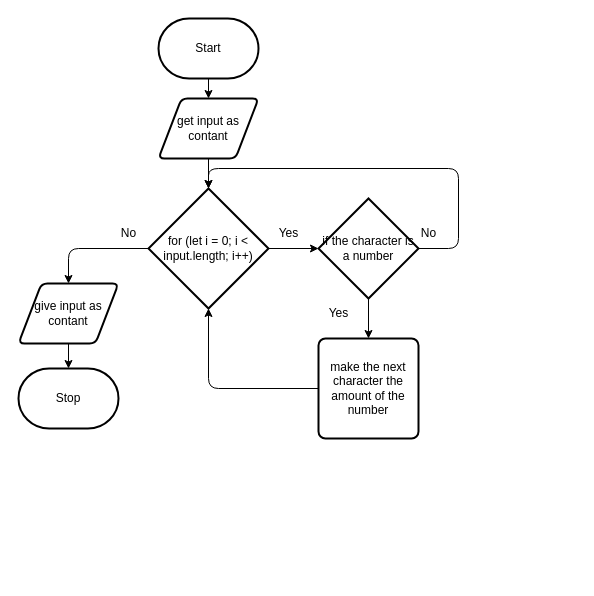
Evgeny-Vovk/ICS4U-Assignment2 keeps this draw.io diagram as design/flowchart.drawio. Above is the earlier version. Source tidied: cells renumbered, new cells numbered last; positions are measured from the earlier drawing's top-left corner, leaving out a move shared by most shapes. Both pictures are drawn from the tidied source at 100%, with x=0, y=0 at pixel (18, 18).
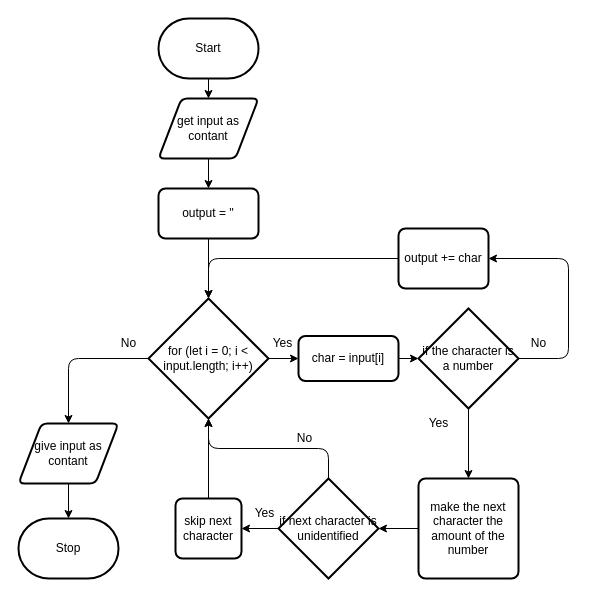
The same page after the edit.

The change refers to these unchanged cells:
```xml
<mxCell id="6" value="get input as contant" style="shape=parallelogram;html=1;strokeWidth=2;perimeter=parallelogramPerimeter;whiteSpace=wrap;rounded=1;arcSize=12;size=0.23;" parent="1" vertex="1">
  <mxGeometry x="140" y="80" width="100" height="60" as="geometry" />
</mxCell>
```

The edit, as a diff of the source:
```diff
@@
     <mxCell id="4" value="Stop" style="strokeWidth=2;html=1;shape=mxgraph.flowchart.terminator;whiteSpace=wrap;" parent="1" vertex="1">
-      <mxGeometry y="350" width="100" height="60" as="geometry" />
+      <mxGeometry y="500" width="100" height="60" as="geometry" />
     </mxCell>
-    <mxCell id="5" style="edgeStyle=none;html=1;exitX=0.5;exitY=1;exitDx=0;exitDy=0;entryX=0.5;entryY=0;entryDx=0;entryDy=0;entryPerimeter=0;" parent="1" edge="1" source="6" target="9">
-      <mxGeometry relative="1" as="geometry" />
-    </mxCell>
+    <mxCell id="21" style="edgeStyle=none;html=1;exitX=0.5;exitY=1;exitDx=0;exitDy=0;entryX=0.5;entryY=0;entryDx=0;entryDy=0;" parent="1" edge="1" source="6" target="26">
+      <mxGeometry relative="1" as="geometry" />
+    </mxCell>
@@
-    <mxCell id="7" style="edgeStyle=none;html=1;exitX=1;exitY=0.5;exitDx=0;exitDy=0;exitPerimeter=0;entryX=0;entryY=0.5;entryDx=0;entryDy=0;entryPerimeter=0;" parent="1" edge="1" source="9" target="12">
-      <mxGeometry relative="1" as="geometry" />
-    </mxCell>
     <mxCell id="8" style="edgeStyle=none;html=1;exitX=0;exitY=0.5;exitDx=0;exitDy=0;exitPerimeter=0;entryX=0.5;entryY=0;entryDx=0;entryDy=0;" parent="1" edge="1" source="9" target="20">
       <mxGeometry relative="1" as="geometry">
         <Array as="points">
-          <mxPoint x="50" y="230" />
+          <mxPoint x="50" y="340" />
         </Array>
       </mxGeometry>
     </mxCell>
+    <mxCell id="22" style="edgeStyle=none;html=1;exitX=1;exitY=0.5;exitDx=0;exitDy=0;exitPerimeter=0;entryX=0;entryY=0.5;entryDx=0;entryDy=0;" parent="1" edge="1" source="9" target="28">
+      <mxGeometry relative="1" as="geometry" />
+    </mxCell>
     <mxCell id="9" value="for (let i = 0; i &amp;lt; input.length; i++)" style="strokeWidth=2;html=1;shape=mxgraph.flowchart.decision;whiteSpace=wrap;" parent="1" vertex="1">
-      <mxGeometry x="130" y="170" width="120" height="120" as="geometry" />
+      <mxGeometry x="130" y="280" width="120" height="120" as="geometry" />
     </mxCell>
@@
-    <mxCell id="11" style="edgeStyle=none;html=1;exitX=1;exitY=0.5;exitDx=0;exitDy=0;exitPerimeter=0;entryX=0.5;entryY=0;entryDx=0;entryDy=0;entryPerimeter=0;" parent="1" edge="1" source="12" target="9">
-      <mxGeometry relative="1" as="geometry">
-        <Array as="points">
-          <mxPoint x="440" y="230" />
-          <mxPoint x="440" y="150" />
-          <mxPoint x="190" y="150" />
-        </Array>
-      </mxGeometry>
-    </mxCell>
+    <mxCell id="23" style="edgeStyle=none;html=1;exitX=1;exitY=0.5;exitDx=0;exitDy=0;exitPerimeter=0;entryX=1;entryY=0.5;entryDx=0;entryDy=0;" parent="1" edge="1" source="12" target="30">
+      <mxGeometry relative="1" as="geometry">
+        <Array as="points">
+          <mxPoint x="550" y="340" />
+          <mxPoint x="550" y="240" />
+        </Array>
+      </mxGeometry>
+    </mxCell>
     <mxCell id="12" value="if the character is a number" style="strokeWidth=2;html=1;shape=mxgraph.flowchart.decision;whiteSpace=wrap;" parent="1" vertex="1">
-      <mxGeometry x="300" y="180" width="100" height="100" as="geometry" />
+      <mxGeometry x="400" y="290" width="100" height="100" as="geometry" />
     </mxCell>
     <mxCell id="13" value="Yes" style="text;html=1;align=center;verticalAlign=middle;strokeColor=none;fillColor=none;" parent="1" vertex="1">
-      <mxGeometry x="250" y="200" width="40" height="30" as="geometry" />
+      <mxGeometry x="244" y="310" width="40" height="30" as="geometry" />
     </mxCell>
-    <mxCell id="14" style="edgeStyle=none;html=1;exitX=0;exitY=0.5;exitDx=0;exitDy=0;entryX=0.5;entryY=1;entryDx=0;entryDy=0;entryPerimeter=0;" parent="1" edge="1" source="15" target="9">
-      <mxGeometry relative="1" as="geometry">
-        <Array as="points">
-          <mxPoint x="190" y="370" />
-        </Array>
-      </mxGeometry>
-    </mxCell>
+    <mxCell id="24" style="edgeStyle=none;html=1;exitX=0;exitY=0.5;exitDx=0;exitDy=0;entryX=1;entryY=0.5;entryDx=0;entryDy=0;entryPerimeter=0;" parent="1" edge="1" source="15" target="33">
+      <mxGeometry relative="1" as="geometry" />
+    </mxCell>
     <mxCell id="15" value="make the next character the amount of the number" style="rounded=1;whiteSpace=wrap;html=1;absoluteArcSize=1;arcSize=14;strokeWidth=2;" parent="1" vertex="1">
-      <mxGeometry x="300" y="320" width="100" height="100" as="geometry" />
+      <mxGeometry x="400" y="460" width="100" height="100" as="geometry" />
     </mxCell>
     <mxCell id="16" value="Yes" style="text;html=1;align=center;verticalAlign=middle;strokeColor=none;fillColor=none;" parent="1" vertex="1">
-      <mxGeometry x="300" y="280" width="40" height="30" as="geometry" />
+      <mxGeometry x="400" y="390" width="40" height="30" as="geometry" />
     </mxCell>
     <mxCell id="17" value="No" style="text;html=1;align=center;verticalAlign=middle;strokeColor=none;fillColor=none;" parent="1" vertex="1">
-      <mxGeometry x="390" y="200" width="40" height="30" as="geometry" />
+      <mxGeometry x="500" y="310" width="40" height="30" as="geometry" />
     </mxCell>
     <mxCell id="18" value="No" style="text;html=1;align=center;verticalAlign=middle;strokeColor=none;fillColor=none;" parent="1" vertex="1">
-      <mxGeometry x="90" y="200" width="40" height="30" as="geometry" />
+      <mxGeometry x="90" y="310" width="40" height="30" as="geometry" />
     </mxCell>
@@
     <mxCell id="20" value="give input as contant" style="shape=parallelogram;html=1;strokeWidth=2;perimeter=parallelogramPerimeter;whiteSpace=wrap;rounded=1;arcSize=12;size=0.23;" parent="1" vertex="1">
-      <mxGeometry y="265" width="100" height="60" as="geometry" />
+      <mxGeometry y="405" width="100" height="60" as="geometry" />
     </mxCell>
+    <mxCell id="25" style="edgeStyle=none;html=1;exitX=0.5;exitY=1;exitDx=0;exitDy=0;" parent="1" edge="1" source="26" target="9">
+      <mxGeometry relative="1" as="geometry" />
+    </mxCell>
+    <mxCell id="26" value="output = ''" style="rounded=1;whiteSpace=wrap;html=1;absoluteArcSize=1;arcSize=14;strokeWidth=2;" parent="1" vertex="1">
+      <mxGeometry x="140" y="170" width="100" height="50" as="geometry" />
+    </mxCell>
+    <mxCell id="27" style="edgeStyle=none;html=1;exitX=1;exitY=0.5;exitDx=0;exitDy=0;entryX=0;entryY=0.5;entryDx=0;entryDy=0;entryPerimeter=0;" parent="1" edge="1" source="28" target="12">
+      <mxGeometry relative="1" as="geometry" />
+    </mxCell>
+    <mxCell id="28" value="char = input[i]" style="rounded=1;whiteSpace=wrap;html=1;absoluteArcSize=1;arcSize=14;strokeWidth=2;" parent="1" vertex="1">
+      <mxGeometry x="280" y="317.5" width="100" height="45" as="geometry" />
+    </mxCell>
+    <mxCell id="29" style="edgeStyle=none;html=1;exitX=0;exitY=0.5;exitDx=0;exitDy=0;entryX=0.5;entryY=0;entryDx=0;entryDy=0;entryPerimeter=0;" parent="1" edge="1" source="30" target="9">
+      <mxGeometry relative="1" as="geometry">
+        <Array as="points">
+          <mxPoint x="190" y="240" />
+        </Array>
+      </mxGeometry>
+    </mxCell>
+    <mxCell id="30" value="output += char" style="rounded=1;whiteSpace=wrap;html=1;absoluteArcSize=1;arcSize=14;strokeWidth=2;" parent="1" vertex="1">
+      <mxGeometry x="380" y="210" width="90" height="60" as="geometry" />
+    </mxCell>
+    <mxCell id="31" style="edgeStyle=none;html=1;exitX=0;exitY=0.5;exitDx=0;exitDy=0;exitPerimeter=0;entryX=1;entryY=0.5;entryDx=0;entryDy=0;" parent="1" edge="1" source="33" target="35">
+      <mxGeometry relative="1" as="geometry" />
+    </mxCell>
+    <mxCell id="32" style="edgeStyle=none;html=1;exitX=0.5;exitY=0;exitDx=0;exitDy=0;exitPerimeter=0;" parent="1" edge="1" source="33">
+      <mxGeometry relative="1" as="geometry">
+        <mxPoint x="190" y="400" as="targetPoint" />
+        <Array as="points">
+          <mxPoint x="310" y="430" />
+          <mxPoint x="190" y="430" />
+        </Array>
+      </mxGeometry>
+    </mxCell>
+    <mxCell id="33" value="if next character is unidentified" style="strokeWidth=2;html=1;shape=mxgraph.flowchart.decision;whiteSpace=wrap;" parent="1" vertex="1">
+      <mxGeometry x="260" y="460" width="100" height="100" as="geometry" />
+    </mxCell>
+    <mxCell id="34" style="edgeStyle=none;html=1;exitX=0.5;exitY=0;exitDx=0;exitDy=0;entryX=0.5;entryY=1;entryDx=0;entryDy=0;entryPerimeter=0;" parent="1" edge="1" source="35" target="9">
+      <mxGeometry relative="1" as="geometry" />
+    </mxCell>
+    <mxCell id="35" value="skip next character" style="rounded=1;whiteSpace=wrap;html=1;absoluteArcSize=1;arcSize=14;strokeWidth=2;" parent="1" vertex="1">
+      <mxGeometry x="157" y="480" width="66" height="60" as="geometry" />
+    </mxCell>
+    <mxCell id="36" value="Yes" style="text;html=1;align=center;verticalAlign=middle;strokeColor=none;fillColor=none;" parent="1" vertex="1">
+      <mxGeometry x="226" y="480" width="40" height="30" as="geometry" />
+    </mxCell>
+    <mxCell id="37" value="No" style="text;html=1;align=center;verticalAlign=middle;strokeColor=none;fillColor=none;" parent="1" vertex="1">
+      <mxGeometry x="266" y="405" width="40" height="30" as="geometry" />
+    </mxCell>
```
